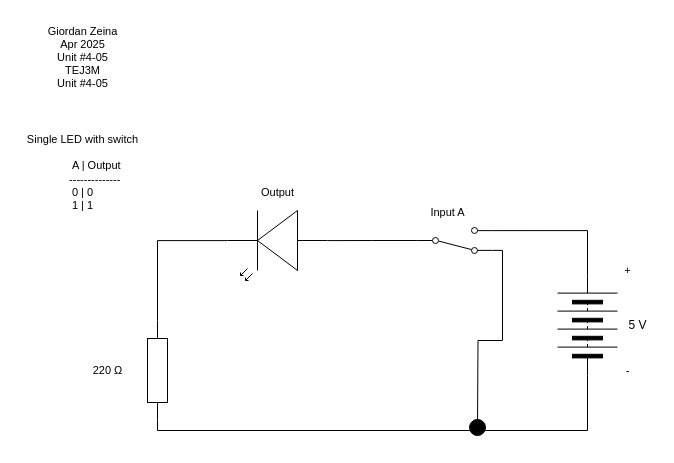
The draw.io diagram Unit4-05.drawio in giordan-zeina/TEJ3M-Unit4, before the edit. Source tidied: cells renumbered, new cells numbered last; positions are measured from the earlier drawing's top-left corner, leaving out a move shared by most shapes. Both pictures are drawn from the tidied source at 100%, with x=0, y=0 at pixel (17, 17).
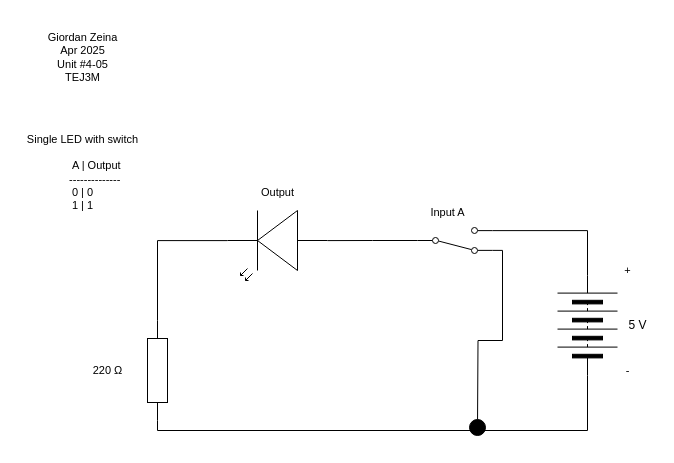
After the change.

The edit, as a diff of the source:
```diff
@@
 <mxGraphModel>
   <root>
     <mxCell id="0" />
     <mxCell id="1" parent="0" />
     <mxCell id="2" style="verticalLabelPosition=bottom;shadow=0;dashed=0;align=center;html=1;verticalAlign=top;shape=mxgraph.electrical.opto_electronics.led_2;rotation=-180;flipV=0;" parent="1" vertex="1">
       <mxGeometry x="210" y="193" width="100" height="70" as="geometry" />
     </mxCell>
     <mxCell id="3" style="edgeStyle=orthogonalEdgeStyle;shape=connector;rounded=0;html=1;exitX=1;exitY=0.5;exitDx=0;exitDy=0;entryX=1;entryY=0.12;entryDx=0;entryDy=0;strokeColor=default;align=center;verticalAlign=middle;fontFamily=Helvetica;fontSize=11;fontColor=default;labelBackgroundColor=default;endArrow=none;endFill=0;" parent="1" edge="1" source="4" target="8">
       <mxGeometry relative="1" as="geometry" />
     </mxCell>
     <mxCell id="4" style="verticalLabelPosition=bottom;shadow=0;dashed=0;align=center;html=1;verticalAlign=top;shape=mxgraph.electrical.miscellaneous.batteryStack;rotation=-90;" parent="1" vertex="1">
       <mxGeometry x="520" y="278" width="100" height="60" as="geometry" />
     </mxCell>
     <mxCell id="5" style="edgeStyle=orthogonalEdgeStyle;shape=connector;rounded=0;html=1;exitX=0;exitY=0.5;exitDx=0;exitDy=0;exitPerimeter=0;entryX=0;entryY=0.5;entryDx=0;entryDy=0;strokeColor=default;align=center;verticalAlign=middle;fontFamily=Helvetica;fontSize=11;fontColor=default;labelBackgroundColor=default;endArrow=none;endFill=0;" parent="1" edge="1" source="6" target="4">
       <mxGeometry relative="1" as="geometry" />
     </mxCell>
     <mxCell id="6" style="verticalLabelPosition=bottom;shadow=0;dashed=0;align=center;html=1;verticalAlign=top;shape=mxgraph.electrical.resistors.resistor_1;rotation=-90;" parent="1" vertex="1">
       <mxGeometry x="90" y="343" width="100" height="20" as="geometry" />
     </mxCell>
     <mxCell id="7" style="edgeStyle=orthogonalEdgeStyle;shape=connector;rounded=0;html=1;exitX=1;exitY=0.88;exitDx=0;exitDy=0;strokeColor=default;align=center;verticalAlign=middle;fontFamily=Helvetica;fontSize=11;fontColor=default;labelBackgroundColor=default;endArrow=oval;endFill=1;endSize=16;" parent="1" edge="1" source="8">
       <mxGeometry relative="1" as="geometry">
         <mxPoint x="460" y="410" as="targetPoint" />
       </mxGeometry>
     </mxCell>
     <mxCell id="8" style="html=1;shape=mxgraph.electrical.electro-mechanical.twoWaySwitch;elSwitchState=2;rotation=0;flipV=1;" parent="1" vertex="1">
       <mxGeometry x="400" y="210" width="75" height="26" as="geometry" />
     </mxCell>
     <mxCell id="9" value="5 V" style="text;html=1;align=center;verticalAlign=middle;strokeColor=none;fillColor=none;" parent="1" vertex="1">
       <mxGeometry x="600" y="293" width="40" height="30" as="geometry" />
     </mxCell>
     <mxCell id="10" style="edgeStyle=orthogonalEdgeStyle;shape=connector;rounded=0;html=1;exitX=0;exitY=0.5;exitDx=0;exitDy=0;entryX=0;entryY=0.57;entryDx=0;entryDy=0;entryPerimeter=0;strokeColor=default;align=center;verticalAlign=middle;fontFamily=Helvetica;fontSize=11;fontColor=default;labelBackgroundColor=default;endArrow=none;endFill=0;" parent="1" edge="1" source="8" target="2">
       <mxGeometry relative="1" as="geometry" />
     </mxCell>
     <mxCell id="11" style="edgeStyle=orthogonalEdgeStyle;shape=connector;rounded=0;html=1;exitX=1;exitY=0.57;exitDx=0;exitDy=0;exitPerimeter=0;entryX=1;entryY=0.5;entryDx=0;entryDy=0;entryPerimeter=0;strokeColor=default;align=center;verticalAlign=middle;fontFamily=Helvetica;fontSize=11;fontColor=default;labelBackgroundColor=default;endArrow=none;endFill=0;" parent="1" edge="1" source="2" target="6">
       <mxGeometry relative="1" as="geometry" />
     </mxCell>
     <mxCell id="12" value="220&amp;nbsp;Ω" style="text;html=1;align=center;verticalAlign=middle;strokeColor=none;fillColor=none;fontFamily=Helvetica;fontSize=11;fontColor=default;labelBackgroundColor=default;" parent="1" vertex="1">
       <mxGeometry x="65" y="338" width="50" height="30" as="geometry" />
     </mxCell>
     <mxCell id="13" value="Output" style="text;html=1;align=center;verticalAlign=middle;strokeColor=none;fillColor=none;fontFamily=Helvetica;fontSize=11;fontColor=default;labelBackgroundColor=default;" parent="1" vertex="1">
       <mxGeometry x="230" y="160" width="60" height="30" as="geometry" />
     </mxCell>
     <mxCell id="14" value="Input A" style="text;html=1;align=center;verticalAlign=middle;strokeColor=none;fillColor=none;fontFamily=Helvetica;fontSize=11;fontColor=default;labelBackgroundColor=default;" parent="1" vertex="1">
       <mxGeometry x="400" y="180" width="60" height="30" as="geometry" />
     </mxCell>
     <mxCell id="15" value="+" style="text;html=1;align=center;verticalAlign=middle;strokeColor=none;fillColor=none;fontFamily=Helvetica;fontSize=11;fontColor=default;labelBackgroundColor=default;" parent="1" vertex="1">
       <mxGeometry x="595" y="238" width="30" height="30" as="geometry" />
     </mxCell>
     <mxCell id="16" value="-" style="text;html=1;align=center;verticalAlign=middle;strokeColor=none;fillColor=none;fontFamily=Helvetica;fontSize=11;fontColor=default;labelBackgroundColor=default;" parent="1" vertex="1">
       <mxGeometry x="595" y="338" width="30" height="30" as="geometry" />
     </mxCell>
     <mxCell id="17" value="&lt;div&gt;&lt;font color=&quot;#000000&quot;&gt;Single LED with switch&lt;/font&gt;&lt;/div&gt;&lt;div&gt;&lt;span style=&quot;background-color: light-dark(#ffffff, var(--ge-dark-color, #121212));&quot;&gt;&lt;br&gt;&lt;/span&gt;&lt;/div&gt;&lt;div&gt;&lt;span style=&quot;background-color: light-dark(#ffffff, var(--ge-dark-color, #121212));&quot;&gt;&amp;nbsp; &amp;nbsp; &amp;nbsp; &amp;nbsp; &amp;nbsp;A | Output&lt;/span&gt;&lt;/div&gt;&lt;div&gt;&lt;span style=&quot;background-color: light-dark(#ffffff, var(--ge-dark-color, #121212));&quot;&gt;&amp;nbsp; &amp;nbsp; &amp;nbsp; &amp;nbsp; --------------&lt;/span&gt;&lt;/div&gt;&lt;div&gt;&lt;span style=&quot;background-color: light-dark(#ffffff, var(--ge-dark-color, #121212));&quot;&gt;0 | 0&lt;/span&gt;&lt;/div&gt;&lt;div&gt;&lt;font color=&quot;#000000&quot;&gt;1 | 1&lt;/font&gt;&lt;/div&gt;" style="text;html=1;align=center;verticalAlign=middle;strokeColor=none;fillColor=none;fontFamily=Helvetica;fontSize=11;fontColor=default;labelBackgroundColor=default;" parent="1" vertex="1">
       <mxGeometry y="110" width="130" height="90" as="geometry" />
     </mxCell>
-    <mxCell id="18" value="&lt;div&gt;&lt;font color=&quot;#000000&quot;&gt;Giordan Zeina&lt;/font&gt;&lt;/div&gt;&lt;div&gt;&lt;font color=&quot;#000000&quot;&gt;Apr 2025&lt;/font&gt;&lt;/div&gt;&lt;div&gt;&lt;font color=&quot;#000000&quot;&gt;Unit #4-05&lt;/font&gt;&lt;/div&gt;&lt;div&gt;&lt;font color=&quot;#000000&quot;&gt;TEJ3M&lt;/font&gt;&lt;/div&gt;&lt;div&gt;&lt;font color=&quot;#000000&quot;&gt;Unit #4-05&lt;/font&gt;&lt;/div&gt;" style="text;html=1;align=center;verticalAlign=middle;strokeColor=none;fillColor=none;fontFamily=Helvetica;fontSize=11;fontColor=default;labelBackgroundColor=default;" parent="1" vertex="1">
-      <mxGeometry x="20" width="90" height="80" as="geometry" />
+    <mxCell id="18" value="&lt;div&gt;&lt;font color=&quot;#000000&quot;&gt;Giordan Zeina&lt;/font&gt;&lt;/div&gt;&lt;div&gt;&lt;font color=&quot;#000000&quot;&gt;Apr 2025&lt;/font&gt;&lt;/div&gt;&lt;div&gt;&lt;font color=&quot;#000000&quot;&gt;Unit #4-05&lt;/font&gt;&lt;/div&gt;&lt;div&gt;&lt;font color=&quot;#000000&quot;&gt;TEJ3M&lt;/font&gt;&lt;/div&gt;" style="text;html=1;align=center;verticalAlign=middle;strokeColor=none;fillColor=none;fontFamily=Helvetica;fontSize=11;fontColor=default;labelBackgroundColor=default;" parent="1" vertex="1">
+      <mxGeometry x="20" y="5" width="90" height="70" as="geometry" />
     </mxCell>
   </root>
 </mxGraphModel>
```
